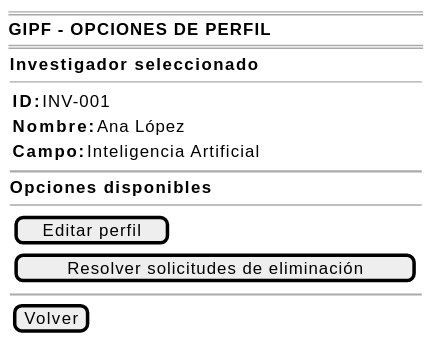
Before: documentación/CasosDeUso/Imagenes/prototipos/coordinador/05-perfil/abrirOpcionesPerfil-wireframe.svg, a diagram exported from PlantUML (31Diego/25-26-IdSw1-SdR).
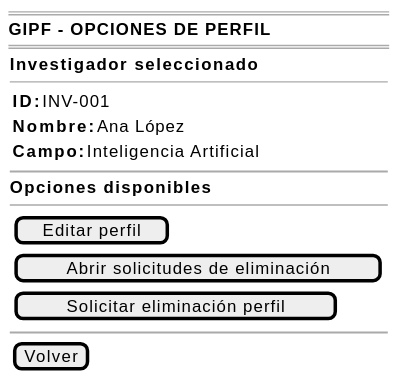
After the commit.

The edit, as a diff of the source:
```diff
@@ -18,7 +18,8 @@
         --
         {
             {[Editar perfil]}
-            {[Resolver solicitudes de eliminación]}
+            {[Abrir solicitudes de eliminación]}
+            {[Solicitar eliminación perfil]}
         }
 
         ~~
```
